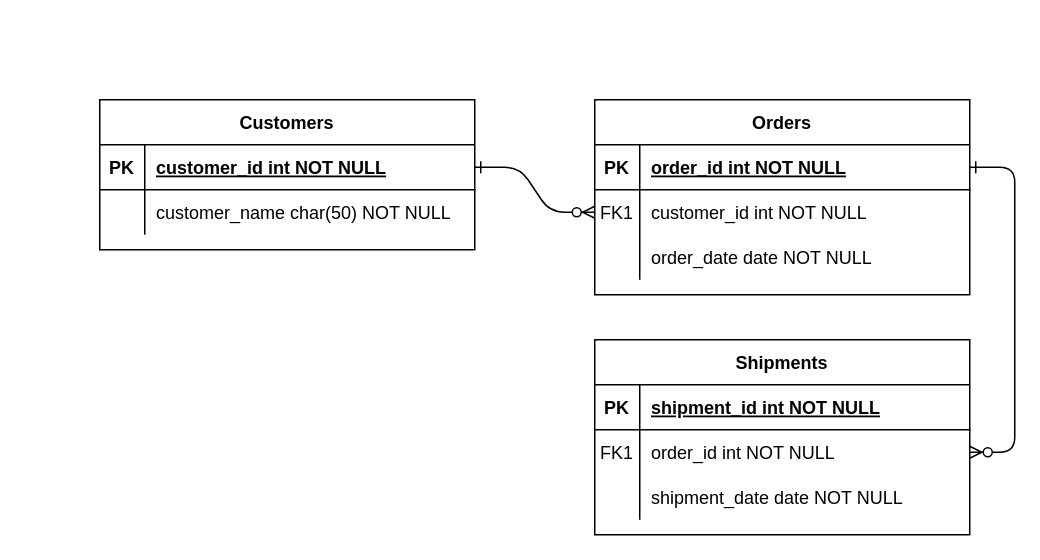
This is Диаграмма без названия.drawio from KarimDataMaster/DataLearn, a draw.io file, before an edit. Source tidied: cells renumbered, new cells numbered last; positions are measured from the earlier drawing's top-left corner, leaving out a move shared by most shapes. Both pictures are drawn from the tidied source at 150%, with x=0, y=0 at pixel (99, 99).
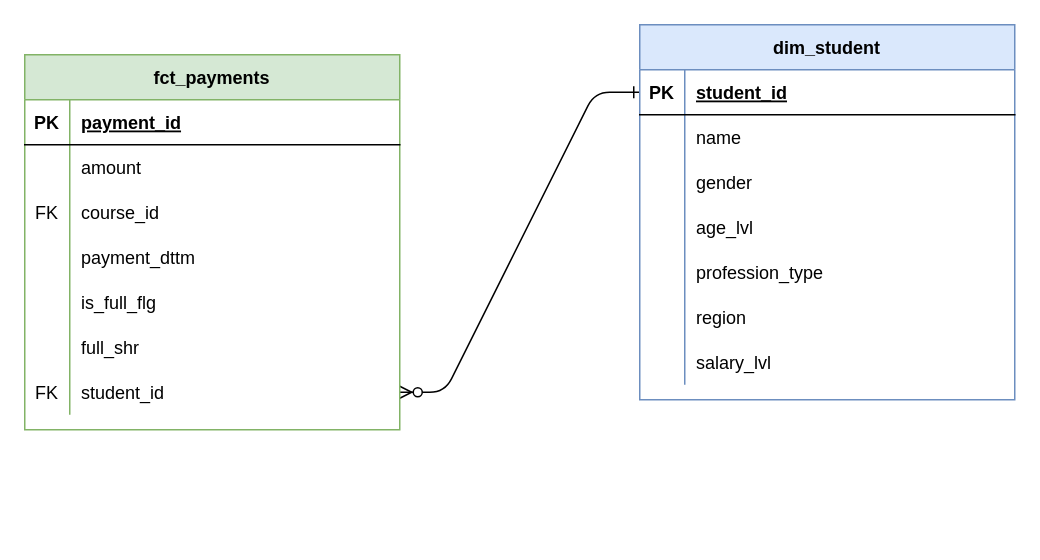
Above is the later version.

The change refers to these unchanged cells:
```xml
<mxCell id="15" style="shape=partialRectangle;fillColor=none;points=[[0,0.5],[1,0.5]];portConstraint=eastwest;top=0;left=0;right=0;bottom=1;" parent="14" vertex="1">
  <mxGeometry y="30" width="250" height="30" as="geometry" />
</mxCell>
<mxCell id="18" style="shape=partialRectangle;fillColor=none;points=[[0,0.5],[1,0.5]];portConstraint=eastwest;top=0;left=0;right=0;bottom=0;" parent="14" vertex="1">
  <mxGeometry y="60" width="250" height="30" as="geometry" />
</mxCell>
<mxCell id="21" style="shape=partialRectangle;fillColor=none;top=0;left=0;right=0;bottom=0;" parent="14" vertex="1">
  <mxGeometry y="90" width="250" height="30" as="geometry" />
</mxCell>
<mxCell id="25" style="shape=partialRectangle;fillColor=none;points=[[0,0.5],[1,0.5]];portConstraint=eastwest;top=0;left=0;right=0;bottom=1;" parent="24" vertex="1">
  <mxGeometry y="30" width="250" height="30" as="geometry" />
</mxCell>
<mxCell id="28" style="shape=partialRectangle;fillColor=none;top=0;left=0;right=0;bottom=0;" parent="24" vertex="1">
  <mxGeometry y="60" width="250" height="30" as="geometry" />
</mxCell>
```

Change to the diagram source:
```diff
@@
-    <mxCell id="2" style="edgeStyle=entityRelationEdgeStyle;endArrow=ERzeroToMany;startArrow=ERone;endFill=1;startFill=0;" parent="1" edge="1" source="25" target="8">
+    <mxCell id="2" style="edgeStyle=entityRelationEdgeStyle;endArrow=ERzeroToMany;startArrow=ERone;endFill=1;startFill=0;exitX=0;exitY=0.5;exitDx=0;exitDy=0;entryX=1;entryY=0.5;entryDx=0;entryDy=0;" parent="1" edge="1" source="15" target="54">
       <mxGeometry relative="1" as="geometry" />
     </mxCell>
-    <mxCell id="3" style="edgeStyle=entityRelationEdgeStyle;endArrow=ERzeroToMany;startArrow=ERone;endFill=1;startFill=0;" parent="1" edge="1" source="5" target="18">
-      <mxGeometry relative="1" as="geometry" />
-    </mxCell>
-    <mxCell id="4" value="Orders" style="shape=table;startSize=30;childLayout=tableLayout;rowLines=0;fontStyle=1;align=center;" parent="1" vertex="1">
-      <mxGeometry x="330" width="250" height="130" as="geometry" />
-    </mxCell>
-    <mxCell id="5" style="shape=partialRectangle;fillColor=none;points=[[0,0.5],[1,0.5]];portConstraint=eastwest;top=0;left=0;right=0;bottom=1;" parent="4" vertex="1">
-      <mxGeometry y="30" width="250" height="30" as="geometry" />
-    </mxCell>
-    <mxCell id="6" value="PK" style="shape=partialRectangle;overflow=hidden;fillColor=none;top=0;left=0;bottom=0;right=0;fontStyle=1;" parent="5" vertex="1">
-      <mxGeometry width="30" height="30" as="geometry" />
-    </mxCell>
-    <mxCell id="7" value="order_id int NOT NULL " style="shape=partialRectangle;overflow=hidden;fillColor=none;top=0;left=0;bottom=0;right=0;align=left;spacingLeft=6;fontStyle=5;" parent="5" vertex="1">
-      <mxGeometry x="30" width="220" height="30" as="geometry" />
-    </mxCell>
-    <mxCell id="8" style="shape=partialRectangle;fillColor=none;points=[[0,0.5],[1,0.5]];portConstraint=eastwest;top=0;left=0;right=0;bottom=0;" parent="4" vertex="1">
-      <mxGeometry y="60" width="250" height="30" as="geometry" />
-    </mxCell>
-    <mxCell id="9" value="FK1" style="shape=partialRectangle;overflow=hidden;fillColor=none;top=0;left=0;bottom=0;right=0;" parent="8" vertex="1">
-      <mxGeometry width="30" height="30" as="geometry" />
-    </mxCell>
-    <mxCell id="10" value="customer_id int NOT NULL" style="shape=partialRectangle;overflow=hidden;fillColor=none;top=0;left=0;bottom=0;right=0;align=left;spacingLeft=6;" parent="8" vertex="1">
-      <mxGeometry x="30" width="220" height="30" as="geometry" />
-    </mxCell>
-    <mxCell id="11" style="shape=partialRectangle;fillColor=none;top=0;left=0;right=0;bottom=0;" parent="4" vertex="1">
-      <mxGeometry y="90" width="250" height="30" as="geometry" />
-    </mxCell>
-    <mxCell id="12" style="shape=partialRectangle;overflow=hidden;fillColor=none;top=0;left=0;bottom=0;right=0;" parent="11" vertex="1">
-      <mxGeometry width="30" height="30" as="geometry" />
-    </mxCell>
-    <mxCell id="13" value="order_date date NOT NULL" style="shape=partialRectangle;overflow=hidden;fillColor=none;top=0;left=0;bottom=0;right=0;align=left;spacingLeft=6;" parent="11" vertex="1">
-      <mxGeometry x="30" width="220" height="30" as="geometry" />
-    </mxCell>
-    <mxCell id="14" value="Shipments" style="shape=table;startSize=30;childLayout=tableLayout;rowLines=0;fontStyle=1;align=center;" parent="1" vertex="1">
-      <mxGeometry x="330" y="160" width="250" height="130" as="geometry" />
+    <mxCell id="14" value="dim_student" style="shape=table;startSize=30;childLayout=tableLayout;rowLines=0;fontStyle=1;align=center;fillColor=#dae8fc;strokeColor=#6c8ebf;" parent="1" vertex="1">
+      <mxGeometry x="360" y="-50" width="250" height="250" as="geometry" />
     </mxCell>
@@
-    <mxCell id="17" value="shipment_id int NOT NULL " style="shape=partialRectangle;overflow=hidden;fillColor=none;top=0;left=0;bottom=0;right=0;align=left;spacingLeft=6;fontStyle=5;" parent="15" vertex="1">
+    <mxCell id="17" value="student_id" style="shape=partialRectangle;overflow=hidden;fillColor=none;top=0;left=0;bottom=0;right=0;align=left;spacingLeft=6;fontStyle=5;" parent="15" vertex="1">
       <mxGeometry x="30" width="220" height="30" as="geometry" />
     </mxCell>
@@
-    <mxCell id="19" value="FK1" style="shape=partialRectangle;overflow=hidden;fillColor=none;top=0;left=0;bottom=0;right=0;" parent="18" vertex="1">
+    <mxCell id="19" style="shape=partialRectangle;overflow=hidden;fillColor=none;top=0;left=0;bottom=0;right=0;" parent="18" vertex="1">
       <mxGeometry width="30" height="30" as="geometry" />
     </mxCell>
-    <mxCell id="20" value="order_id int NOT NULL" style="shape=partialRectangle;overflow=hidden;fillColor=none;top=0;left=0;bottom=0;right=0;align=left;spacingLeft=6;" parent="18" vertex="1">
+    <mxCell id="20" value="name" style="shape=partialRectangle;overflow=hidden;fillColor=none;top=0;left=0;bottom=0;right=0;align=left;spacingLeft=6;" parent="18" vertex="1">
       <mxGeometry x="30" width="220" height="30" as="geometry" />
     </mxCell>
@@
-    <mxCell id="23" value="shipment_date date NOT NULL" style="shape=partialRectangle;overflow=hidden;fillColor=none;top=0;left=0;bottom=0;right=0;align=left;spacingLeft=6;" parent="21" vertex="1">
+    <mxCell id="23" value="gender" style="shape=partialRectangle;overflow=hidden;fillColor=none;top=0;left=0;bottom=0;right=0;align=left;spacingLeft=6;" parent="21" vertex="1">
       <mxGeometry x="30" width="220" height="30" as="geometry" />
     </mxCell>
+    <mxCell id="31" style="shape=partialRectangle;fillColor=none;top=0;left=0;right=0;bottom=0;" parent="14" vertex="1">
+      <mxGeometry y="120" width="250" height="30" as="geometry" />
+    </mxCell>
+    <mxCell id="32" style="shape=partialRectangle;overflow=hidden;fillColor=none;top=0;left=0;bottom=0;right=0;" parent="31" vertex="1">
+      <mxGeometry width="30" height="30" as="geometry" />
+    </mxCell>
+    <mxCell id="33" value="age_lvl" style="shape=partialRectangle;overflow=hidden;fillColor=none;top=0;left=0;bottom=0;right=0;align=left;spacingLeft=6;" parent="31" vertex="1">
+      <mxGeometry x="30" width="220" height="30" as="geometry" />
+    </mxCell>
+    <mxCell id="34" style="shape=partialRectangle;fillColor=none;top=0;left=0;right=0;bottom=0;" parent="14" vertex="1">
+      <mxGeometry y="150" width="250" height="30" as="geometry" />
+    </mxCell>
+    <mxCell id="35" style="shape=partialRectangle;overflow=hidden;fillColor=none;top=0;left=0;bottom=0;right=0;" parent="34" vertex="1">
+      <mxGeometry width="30" height="30" as="geometry" />
+    </mxCell>
+    <mxCell id="36" value="profession_type" style="shape=partialRectangle;overflow=hidden;fillColor=none;top=0;left=0;bottom=0;right=0;align=left;spacingLeft=6;" parent="34" vertex="1">
+      <mxGeometry x="30" width="220" height="30" as="geometry" />
+    </mxCell>
+    <mxCell id="37" style="shape=partialRectangle;fillColor=none;top=0;left=0;right=0;bottom=0;" parent="14" vertex="1">
+      <mxGeometry y="180" width="250" height="30" as="geometry" />
+    </mxCell>
+    <mxCell id="38" style="shape=partialRectangle;overflow=hidden;fillColor=none;top=0;left=0;bottom=0;right=0;" parent="37" vertex="1">
+      <mxGeometry width="30" height="30" as="geometry" />
+    </mxCell>
+    <mxCell id="39" value="region" style="shape=partialRectangle;overflow=hidden;fillColor=none;top=0;left=0;bottom=0;right=0;align=left;spacingLeft=6;" parent="37" vertex="1">
+      <mxGeometry x="30" width="220" height="30" as="geometry" />
+    </mxCell>
+    <mxCell id="40" style="shape=partialRectangle;fillColor=none;top=0;left=0;right=0;bottom=0;" parent="14" vertex="1">
+      <mxGeometry y="210" width="250" height="30" as="geometry" />
+    </mxCell>
+    <mxCell id="41" style="shape=partialRectangle;overflow=hidden;fillColor=none;top=0;left=0;bottom=0;right=0;" parent="40" vertex="1">
+      <mxGeometry width="30" height="30" as="geometry" />
+    </mxCell>
+    <mxCell id="42" value="salary_lvl" style="shape=partialRectangle;overflow=hidden;fillColor=none;top=0;left=0;bottom=0;right=0;align=left;spacingLeft=6;" parent="40" vertex="1">
+      <mxGeometry x="30" width="220" height="30" as="geometry" />
+    </mxCell>
-    <mxCell id="24" value="Customers" style="shape=table;startSize=30;childLayout=tableLayout;rowLines=0;fontStyle=1;align=center;" parent="1" vertex="1">
-      <mxGeometry width="250" height="100" as="geometry" />
+    <mxCell id="24" value="fct_payments" style="shape=table;startSize=30;childLayout=tableLayout;rowLines=0;fontStyle=1;align=center;fillColor=#d5e8d4;strokeColor=#82b366;" parent="1" vertex="1">
+      <mxGeometry x="-50" y="-30" width="250" height="250" as="geometry" />
     </mxCell>
@@
-    <mxCell id="27" value="customer_id int NOT NULL " style="shape=partialRectangle;overflow=hidden;fillColor=none;top=0;left=0;bottom=0;right=0;align=left;spacingLeft=6;fontStyle=5;" parent="25" vertex="1">
+    <mxCell id="27" value="payment_id" style="shape=partialRectangle;overflow=hidden;fillColor=none;top=0;left=0;bottom=0;right=0;align=left;spacingLeft=6;fontStyle=5;" parent="25" vertex="1">
       <mxGeometry x="30" width="220" height="30" as="geometry" />
     </mxCell>
@@
-    <mxCell id="30" value="customer_name char(50) NOT NULL" style="shape=partialRectangle;overflow=hidden;fillColor=none;top=0;left=0;bottom=0;right=0;align=left;spacingLeft=6;" parent="28" vertex="1">
+    <mxCell id="30" value="amount" style="shape=partialRectangle;overflow=hidden;fillColor=none;top=0;left=0;bottom=0;right=0;align=left;spacingLeft=6;" parent="28" vertex="1">
       <mxGeometry x="30" width="220" height="30" as="geometry" />
     </mxCell>
+    <mxCell id="11" style="shape=partialRectangle;fillColor=none;top=0;left=0;right=0;bottom=0;" parent="24" vertex="1">
+      <mxGeometry y="90" width="250" height="30" as="geometry" />
+    </mxCell>
+    <mxCell id="43" value="FK" style="shape=partialRectangle;overflow=hidden;fillColor=none;top=0;left=0;bottom=0;right=0;" parent="11" vertex="1">
+      <mxGeometry width="30" height="30" as="geometry" />
+    </mxCell>
+    <mxCell id="44" value="course_id" style="shape=partialRectangle;overflow=hidden;fillColor=none;top=0;left=0;bottom=0;right=0;align=left;spacingLeft=6;" parent="11" vertex="1">
+      <mxGeometry x="30" width="220" height="30" as="geometry" />
+    </mxCell>
+    <mxCell id="45" style="shape=partialRectangle;fillColor=none;top=0;left=0;right=0;bottom=0;" parent="24" vertex="1">
+      <mxGeometry y="120" width="250" height="30" as="geometry" />
+    </mxCell>
+    <mxCell id="46" style="shape=partialRectangle;overflow=hidden;fillColor=none;top=0;left=0;bottom=0;right=0;" parent="45" vertex="1">
+      <mxGeometry width="30" height="30" as="geometry" />
+    </mxCell>
+    <mxCell id="47" value="payment_dttm" style="shape=partialRectangle;overflow=hidden;fillColor=none;top=0;left=0;bottom=0;right=0;align=left;spacingLeft=6;" parent="45" vertex="1">
+      <mxGeometry x="30" width="220" height="30" as="geometry" />
+    </mxCell>
+    <mxCell id="48" style="shape=partialRectangle;fillColor=none;top=0;left=0;right=0;bottom=0;" parent="24" vertex="1">
+      <mxGeometry y="150" width="250" height="30" as="geometry" />
+    </mxCell>
+    <mxCell id="49" style="shape=partialRectangle;overflow=hidden;fillColor=none;top=0;left=0;bottom=0;right=0;" parent="48" vertex="1">
+      <mxGeometry width="30" height="30" as="geometry" />
+    </mxCell>
+    <mxCell id="50" value="is_full_flg" style="shape=partialRectangle;overflow=hidden;fillColor=none;top=0;left=0;bottom=0;right=0;align=left;spacingLeft=6;" parent="48" vertex="1">
+      <mxGeometry x="30" width="220" height="30" as="geometry" />
+    </mxCell>
+    <mxCell id="51" style="shape=partialRectangle;fillColor=none;top=0;left=0;right=0;bottom=0;" parent="24" vertex="1">
+      <mxGeometry y="180" width="250" height="30" as="geometry" />
+    </mxCell>
+    <mxCell id="52" style="shape=partialRectangle;overflow=hidden;fillColor=none;top=0;left=0;bottom=0;right=0;" parent="51" vertex="1">
+      <mxGeometry width="30" height="30" as="geometry" />
+    </mxCell>
+    <mxCell id="53" value="full_shr" style="shape=partialRectangle;overflow=hidden;fillColor=none;top=0;left=0;bottom=0;right=0;align=left;spacingLeft=6;" parent="51" vertex="1">
+      <mxGeometry x="30" width="220" height="30" as="geometry" />
+    </mxCell>
+    <mxCell id="54" style="shape=partialRectangle;fillColor=none;points=[[0,0.5],[1,0.5]];portConstraint=eastwest;top=0;left=0;right=0;bottom=0;" parent="24" vertex="1">
+      <mxGeometry y="210" width="250" height="30" as="geometry" />
+    </mxCell>
+    <mxCell id="55" value="FK" style="shape=partialRectangle;overflow=hidden;fillColor=none;top=0;left=0;bottom=0;right=0;" parent="54" vertex="1">
+      <mxGeometry width="30" height="30" as="geometry" />
+    </mxCell>
+    <mxCell id="56" value="student_id" style="shape=partialRectangle;overflow=hidden;fillColor=none;top=0;left=0;bottom=0;right=0;align=left;spacingLeft=6;" parent="54" vertex="1">
+      <mxGeometry x="30" width="220" height="30" as="geometry" />
+    </mxCell>
```
